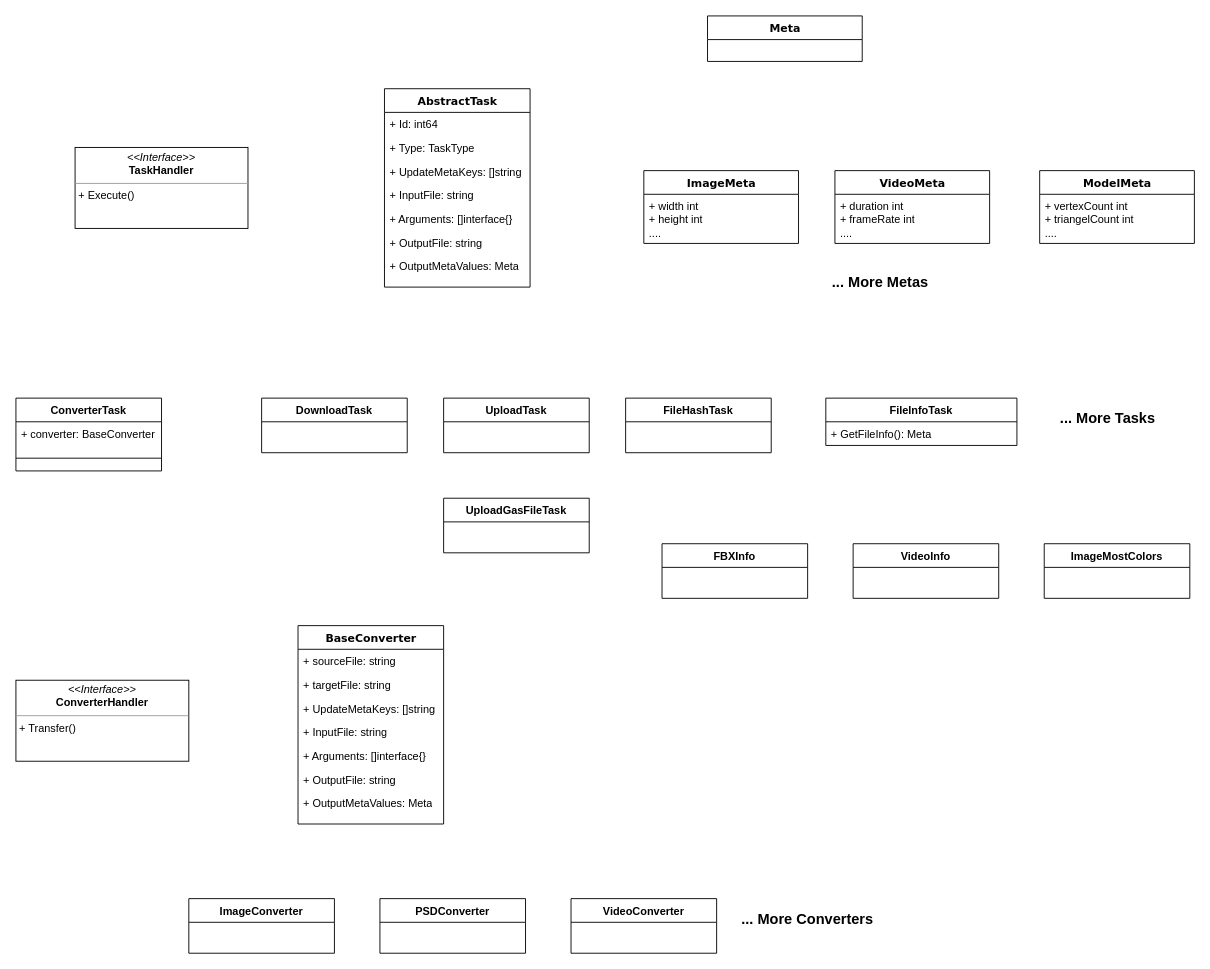
furick/design keeps this draw.io diagram as Untitled Diagram.drawio. Above is the earlier version. Source tidied: cells renumbered, new cells numbered last; positions are measured from the earlier drawing's top-left corner, leaving out a move shared by most shapes. Both pictures are drawn from the tidied source at 91%, with x=0, y=0 at pixel (15, 15).
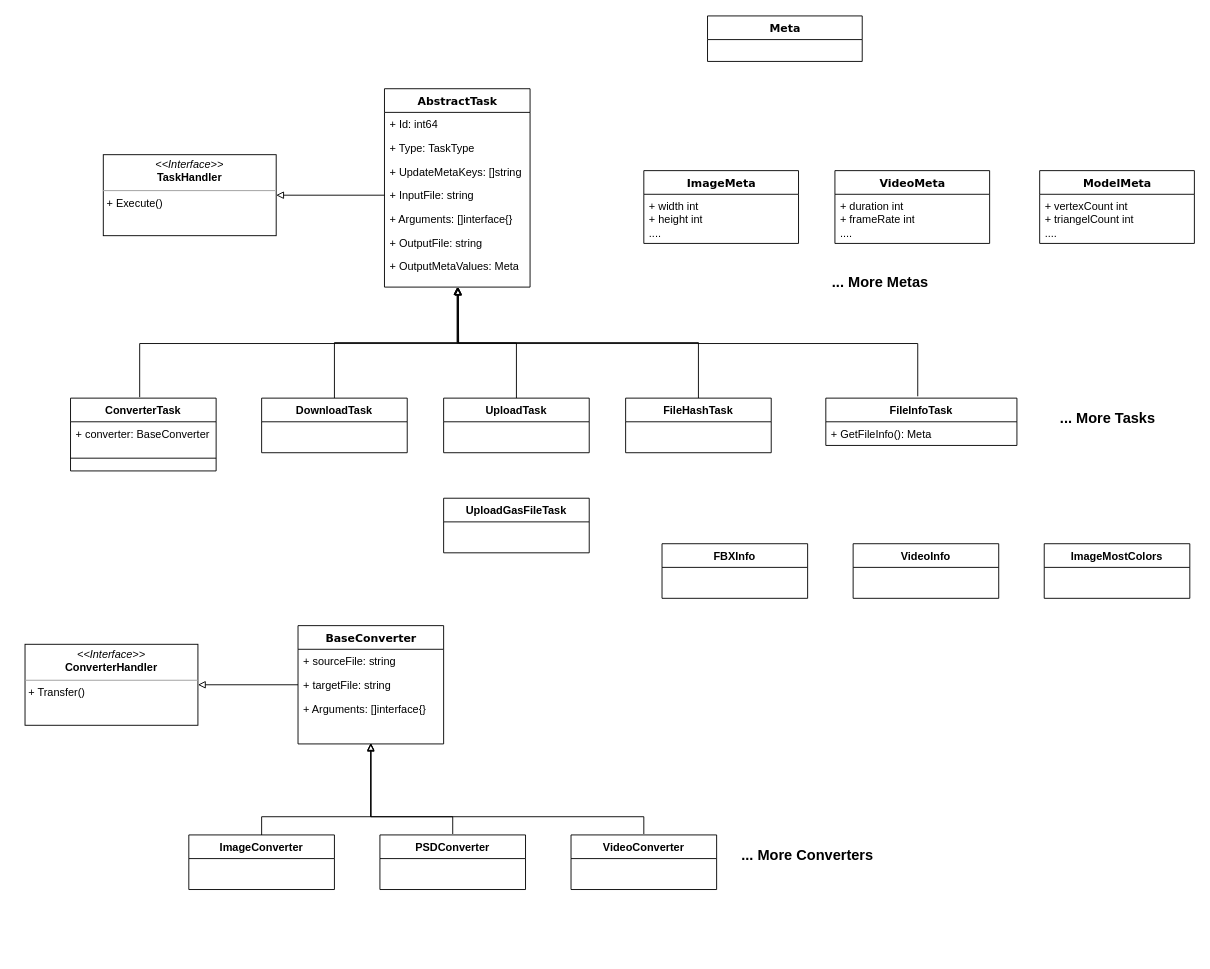
The same page after the edit.

The change refers to these unchanged cells:
```xml
<mxCell id="2" value="AbstractTask" style="swimlane;html=1;fontStyle=1;align=center;verticalAlign=top;horizontal=1;startSize=26;swimlaneFillColor=#ffffff;rounded=0;shadow=0;comic=0;labelBackgroundColor=none;strokeWidth=1;fillColor=none;fontFamily=Verdana;fontSize=12;" parent="1" vertex="1">
  <mxGeometry x="405" y="80" width="160" height="218" as="geometry" />
</mxCell>
<mxCell id="6" value="+ InputFile: string" style="text;html=1;strokeColor=none;fillColor=none;align=left;verticalAlign=top;spacingLeft=4;spacingRight=4;whiteSpace=wrap;overflow=hidden;points=[[0,0.5],[1,0.5]];portConstraint=eastwest;" parent="2" vertex="1">
  <mxGeometry y="104" width="160" height="26" as="geometry" />
</mxCell>
<mxCell id="11" value="DownloadTask" style="swimlane;fontStyle=1;align=center;verticalAlign=top;horizontal=1;startSize=26;" parent="1" vertex="1">
  <mxGeometry x="270" y="420" width="160" height="60" as="geometry" />
</mxCell>
<mxCell id="12" value="UploadTask" style="swimlane;fontStyle=1;align=center;verticalAlign=top;horizontal=1;startSize=26;" parent="1" vertex="1">
  <mxGeometry x="470" y="420" width="160" height="60" as="geometry" />
</mxCell>
<mxCell id="13" value="FileHashTask" style="swimlane;fontStyle=1;align=center;verticalAlign=top;horizontal=1;startSize=26;" parent="1" vertex="1">
  <mxGeometry x="670" y="420" width="160" height="60" as="geometry" />
</mxCell>
<mxCell id="22" value="+ targetFile: string" style="text;html=1;strokeColor=none;fillColor=none;align=left;verticalAlign=top;spacingLeft=4;spacingRight=4;whiteSpace=wrap;overflow=hidden;points=[[0,0.5],[1,0.5]];portConstraint=eastwest;" parent="20" vertex="1">
  <mxGeometry y="52" width="160" height="26" as="geometry" />
</mxCell>
```

What changed in the source:
```diff
@@
     <mxCell id="10" value="&lt;p style=&quot;margin: 0px ; margin-top: 4px ; text-align: center&quot;&gt;&lt;i&gt;&amp;lt;&amp;lt;Interface&amp;gt;&amp;gt;&lt;/i&gt;&lt;br&gt;&lt;b&gt;TaskHandler&lt;/b&gt;&lt;/p&gt;&lt;hr size=&quot;1&quot;&gt;&lt;p style=&quot;margin: 0px ; margin-left: 4px&quot;&gt;+ Execute()&lt;/p&gt;" style="verticalAlign=top;align=left;overflow=fill;fontSize=12;fontFamily=Helvetica;html=1;" parent="1" vertex="1">
-      <mxGeometry x="65" y="144.5" width="190" height="89" as="geometry" />
+      <mxGeometry x="96" y="152.5" width="190" height="89" as="geometry" />
     </mxCell>
+    <mxCell id="45" style="edgeStyle=orthogonalEdgeStyle;rounded=0;jettySize=auto;html=1;exitX=0.5;exitY=0;exitDx=0;exitDy=0;entryX=0.5;entryY=1;entryDx=0;entryDy=0;fontSize=12;endArrow=block;endFill=0;" parent="1" edge="1" source="11" target="2">
+      <mxGeometry relative="1" as="geometry" />
+    </mxCell>
@@
+    <mxCell id="46" style="edgeStyle=orthogonalEdgeStyle;rounded=0;jettySize=auto;html=1;fontSize=12;endArrow=block;endFill=0;" parent="1" edge="1" source="12">
+      <mxGeometry relative="1" as="geometry">
+        <mxPoint x="486" y="298" as="targetPoint" />
+      </mxGeometry>
+    </mxCell>
@@
+    <mxCell id="47" style="edgeStyle=orthogonalEdgeStyle;rounded=0;jettySize=auto;html=1;exitX=0.5;exitY=0;exitDx=0;exitDy=0;entryX=0.5;entryY=1;entryDx=0;entryDy=0;fontSize=12;endArrow=block;endFill=0;" parent="1" edge="1" source="13" target="2">
+      <mxGeometry relative="1" as="geometry" />
+    </mxCell>
@@
+    <mxCell id="48" style="edgeStyle=orthogonalEdgeStyle;rounded=0;orthogonalLoop=1;jettySize=auto;html=1;exitX=0.5;exitY=0;exitDx=0;exitDy=0;fontSize=12;endArrow=block;endFill=0;" parent="1" edge="1">
+      <mxGeometry relative="1" as="geometry">
+        <mxPoint x="136" y="419" as="sourcePoint" />
+        <mxPoint x="486" y="299" as="targetPoint" />
+        <Array as="points">
+          <mxPoint x="136" y="360" />
+          <mxPoint x="486" y="360" />
+        </Array>
+      </mxGeometry>
+    </mxCell>
     <mxCell id="14" value="ConverterTask" style="swimlane;fontStyle=1;align=center;verticalAlign=top;horizontal=1;startSize=26;" parent="1" vertex="1">
-      <mxGeometry y="420" width="160" height="80" as="geometry" />
+      <mxGeometry x="60" y="420" width="160" height="80" as="geometry" />
     </mxCell>
@@
     <mxCell id="19" value="&lt;p style=&quot;margin: 0px ; margin-top: 4px ; text-align: center&quot;&gt;&lt;i&gt;&amp;lt;&amp;lt;Interface&amp;gt;&amp;gt;&lt;/i&gt;&lt;br&gt;&lt;b&gt;ConverterHandler&lt;/b&gt;&lt;/p&gt;&lt;hr size=&quot;1&quot;&gt;&lt;p style=&quot;margin: 0px ; margin-left: 4px&quot;&gt;+ Transfer()&lt;/p&gt;" style="verticalAlign=top;align=left;overflow=fill;fontSize=12;fontFamily=Helvetica;html=1;" parent="1" vertex="1">
-      <mxGeometry y="730" width="190" height="89" as="geometry" />
+      <mxGeometry x="10" y="690.5" width="190" height="89" as="geometry" />
     </mxCell>
     <mxCell id="20" value="BaseConverter" style="swimlane;html=1;fontStyle=1;align=center;verticalAlign=top;horizontal=1;startSize=26;swimlaneFillColor=#ffffff;rounded=0;shadow=0;comic=0;labelBackgroundColor=none;strokeWidth=1;fillColor=none;fontFamily=Verdana;fontSize=12;" parent="1" vertex="1">
-      <mxGeometry x="310" y="670" width="160" height="218" as="geometry" />
+      <mxGeometry x="310" y="670" width="160" height="130" as="geometry" />
     </mxCell>
@@
-    <mxCell id="23" value="+ UpdateMetaKeys: []string" style="text;html=1;strokeColor=none;fillColor=none;align=left;verticalAlign=top;spacingLeft=4;spacingRight=4;whiteSpace=wrap;overflow=hidden;" parent="20" vertex="1">
-      <mxGeometry y="78" width="160" height="26" as="geometry" />
-    </mxCell>
-    <mxCell id="24" value="+ InputFile: string" style="text;html=1;strokeColor=none;fillColor=none;align=left;verticalAlign=top;spacingLeft=4;spacingRight=4;whiteSpace=wrap;overflow=hidden;" parent="20" vertex="1">
-      <mxGeometry y="104" width="160" height="26" as="geometry" />
-    </mxCell>
     <mxCell id="25" value="+ Arguments: []interface{}" style="text;html=1;strokeColor=none;fillColor=none;align=left;verticalAlign=top;spacingLeft=4;spacingRight=4;whiteSpace=wrap;overflow=hidden;" parent="20" vertex="1">
-      <mxGeometry y="130" width="160" height="26" as="geometry" />
+      <mxGeometry y="78" width="160" height="26" as="geometry" />
     </mxCell>
-    <mxCell id="26" value="+ OutputFile: string" style="text;html=1;strokeColor=none;fillColor=none;align=left;verticalAlign=top;spacingLeft=4;spacingRight=4;whiteSpace=wrap;overflow=hidden;" parent="20" vertex="1">
-      <mxGeometry y="156" width="160" height="26" as="geometry" />
-    </mxCell>
-    <mxCell id="27" value="+ OutputMetaValues: Meta" style="text;html=1;strokeColor=none;fillColor=none;align=left;verticalAlign=top;spacingLeft=4;spacingRight=4;whiteSpace=wrap;overflow=hidden;" parent="20" vertex="1">
-      <mxGeometry y="182" width="160" height="26" as="geometry" />
-    </mxCell>
+    <mxCell id="49" style="edgeStyle=orthogonalEdgeStyle;rounded=0;orthogonalLoop=1;jettySize=auto;html=1;exitX=0.5;exitY=0;exitDx=0;exitDy=0;fontSize=12;endArrow=block;endFill=0;" parent="1" edge="1">
+      <mxGeometry relative="1" as="geometry">
+        <mxPoint x="991" y="418" as="sourcePoint" />
+        <mxPoint x="486" y="298" as="targetPoint" />
+        <Array as="points">
+          <mxPoint x="991" y="360" />
+          <mxPoint x="486" y="360" />
+        </Array>
+      </mxGeometry>
+    </mxCell>
@@
+    <mxCell id="50" style="edgeStyle=orthogonalEdgeStyle;rounded=0;orthogonalLoop=1;jettySize=auto;html=1;exitX=0.5;exitY=0;exitDx=0;exitDy=0;fontSize=12;endArrow=block;endFill=0;" parent="1" edge="1">
+      <mxGeometry relative="1" as="geometry">
+        <mxPoint x="270" y="901" as="sourcePoint" />
+        <mxPoint x="390" y="800" as="targetPoint" />
+        <Array as="points">
+          <mxPoint x="270" y="880" />
+          <mxPoint x="390" y="880" />
+        </Array>
+      </mxGeometry>
+    </mxCell>
     <mxCell id="40" value="ImageConverter" style="swimlane;fontStyle=1;align=center;verticalAlign=top;horizontal=1;startSize=26;" parent="1" vertex="1">
-      <mxGeometry x="190" y="970" width="160" height="60" as="geometry" />
+      <mxGeometry x="190" y="900" width="160" height="60" as="geometry" />
     </mxCell>
+    <mxCell id="51" style="edgeStyle=orthogonalEdgeStyle;rounded=0;orthogonalLoop=1;jettySize=auto;html=1;exitX=0.5;exitY=0;exitDx=0;exitDy=0;fontSize=12;endArrow=block;endFill=0;" parent="1" edge="1">
+      <mxGeometry relative="1" as="geometry">
+        <mxPoint x="480" y="899" as="sourcePoint" />
+        <mxPoint x="390" y="799" as="targetPoint" />
+        <Array as="points">
+          <mxPoint x="480" y="880" />
+          <mxPoint x="390" y="880" />
+        </Array>
+      </mxGeometry>
+    </mxCell>
     <mxCell id="41" value="PSDConverter" style="swimlane;fontStyle=1;align=center;verticalAlign=top;horizontal=1;startSize=26;" parent="1" vertex="1">
-      <mxGeometry x="400" y="970" width="160" height="60" as="geometry" />
+      <mxGeometry x="400" y="900" width="160" height="60" as="geometry" />
     </mxCell>
+    <mxCell id="52" style="edgeStyle=orthogonalEdgeStyle;rounded=0;orthogonalLoop=1;jettySize=auto;html=1;exitX=0.5;exitY=0;exitDx=0;exitDy=0;fontSize=12;endArrow=block;endFill=0;" parent="1" edge="1">
+      <mxGeometry relative="1" as="geometry">
+        <mxPoint x="690" y="899" as="sourcePoint" />
+        <mxPoint x="390" y="799" as="targetPoint" />
+        <Array as="points">
+          <mxPoint x="690" y="880" />
+          <mxPoint x="390" y="880" />
+        </Array>
+      </mxGeometry>
+    </mxCell>
     <mxCell id="42" value="VideoConverter" style="swimlane;fontStyle=1;align=center;verticalAlign=top;horizontal=1;startSize=26;" parent="1" vertex="1">
-      <mxGeometry x="610" y="970" width="160" height="60" as="geometry" />
+      <mxGeometry x="610" y="900" width="160" height="60" as="geometry" />
     </mxCell>
@@
     <mxCell id="44" value="&lt;font style=&quot;font-size: 16px&quot;&gt;&lt;b&gt;... More Converters&lt;/b&gt;&lt;/font&gt;" style="text;html=1;strokeColor=none;fillColor=none;align=center;verticalAlign=middle;whiteSpace=wrap;rounded=0;" parent="1" vertex="1">
-      <mxGeometry x="780" y="980" width="180" height="24" as="geometry" />
+      <mxGeometry x="780" y="910" width="180" height="24" as="geometry" />
     </mxCell>
+    <mxCell id="53" style="edgeStyle=orthogonalEdgeStyle;rounded=0;jettySize=auto;html=1;exitX=0;exitY=0.5;exitDx=0;exitDy=0;entryX=1;entryY=0.5;entryDx=0;entryDy=0;fontSize=12;endArrow=block;endFill=0;" parent="1" edge="1" source="6" target="10">
+      <mxGeometry relative="1" as="geometry" />
+    </mxCell>
+    <mxCell id="54" style="edgeStyle=orthogonalEdgeStyle;rounded=0;jettySize=auto;html=1;exitX=0;exitY=0.5;exitDx=0;exitDy=0;entryX=1;entryY=0.5;entryDx=0;entryDy=0;fontSize=12;endArrow=block;endFill=0;" parent="1" edge="1" source="22" target="19">
+      <mxGeometry relative="1" as="geometry" />
+    </mxCell>
```
